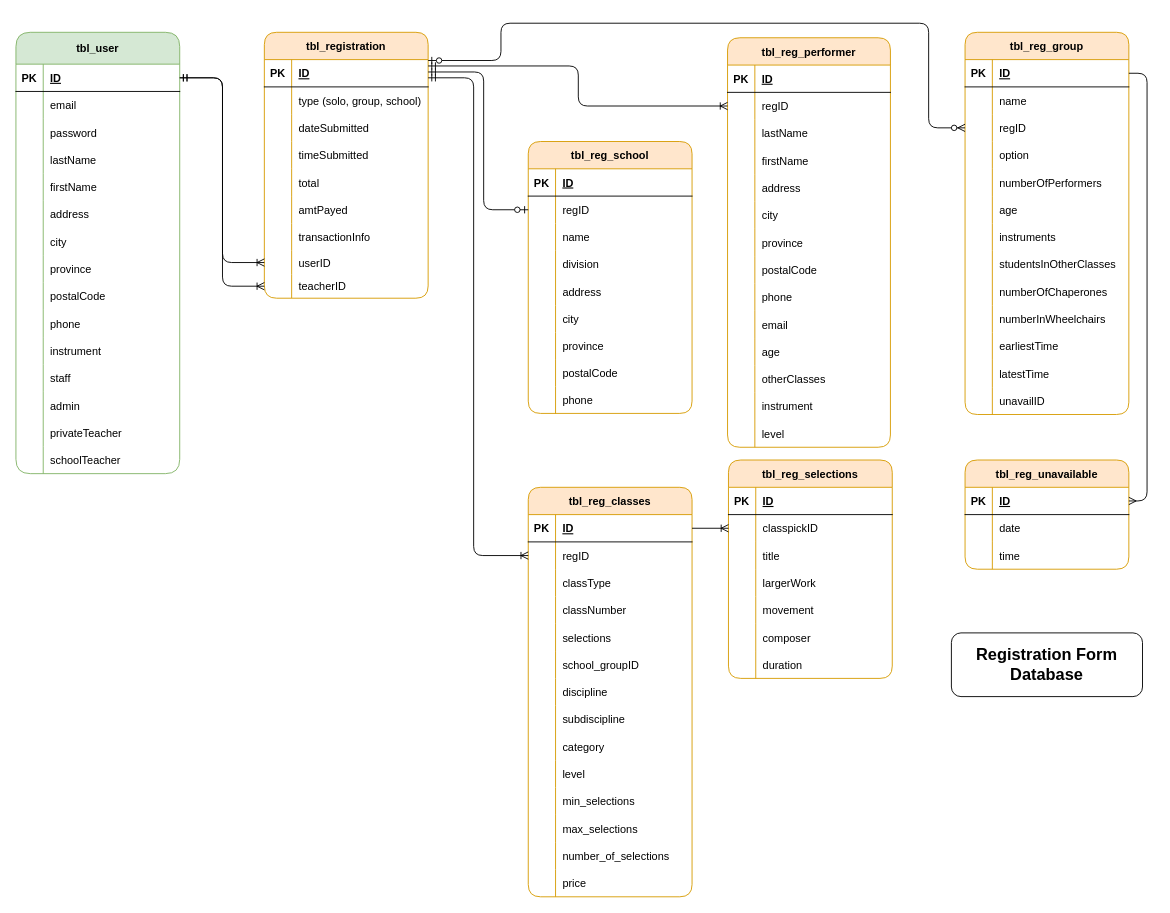
Above: page "Page-1" (1 of 3) of class_registration.drawio in davesawatzky/wmf-nest (draw.io), before the change. Source tidied: cells renumbered, new cells numbered last; positions are measured from the earlier drawing's top-left corner, leaving out a move shared by most shapes. Both pictures are drawn from the tidied source at 91%, with x=0, y=0 at pixel (15, 23).
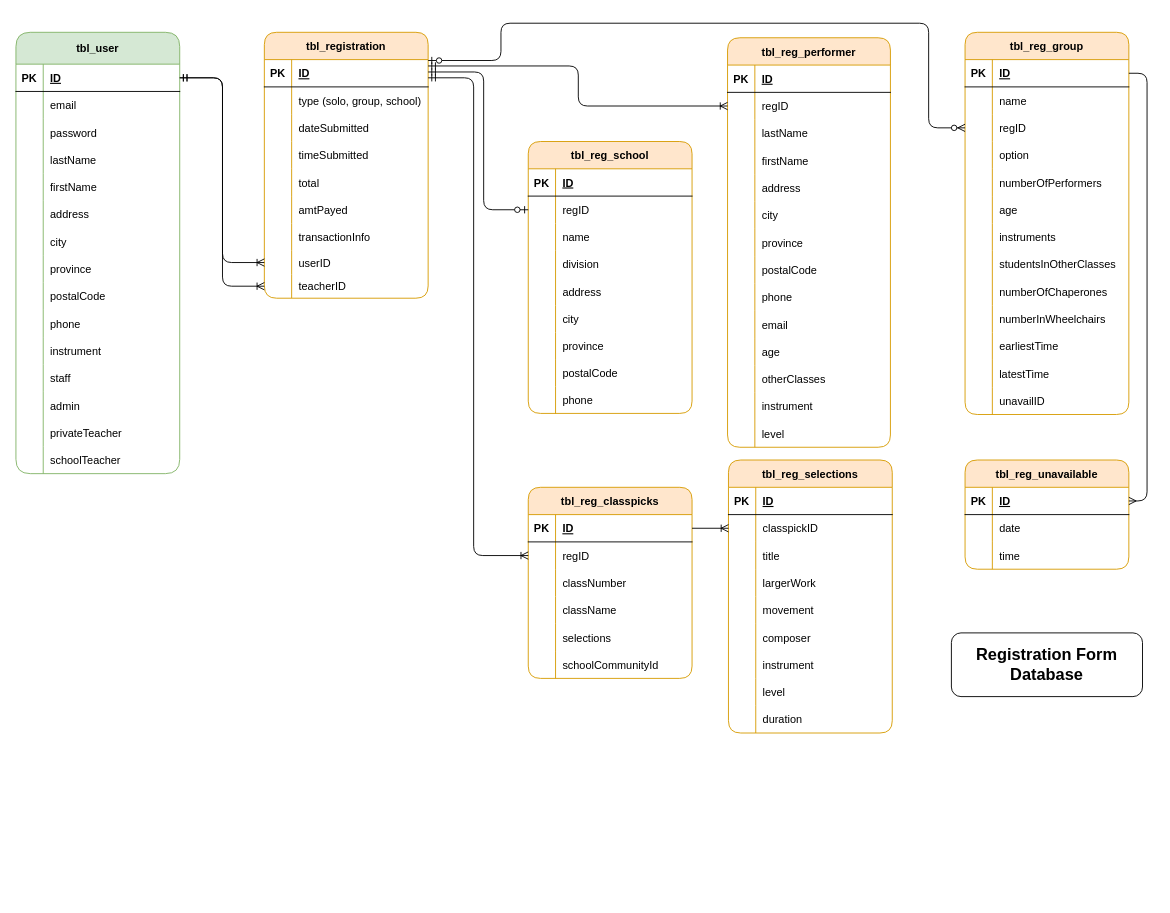
After the change.

Unchanged cells that the change refers to:
```xml
<mxCell id="160" style="shape=partialRectangle;fillColor=none;top=0;left=0;bottom=0;right=0;rounded=1;" parent="153" vertex="1">
  <mxGeometry y="90" width="180" height="30" as="geometry" />
</mxCell>
<mxCell id="163" style="shape=partialRectangle;fillColor=none;top=0;left=0;bottom=0;right=0;rounded=1;" parent="153" vertex="1">
  <mxGeometry y="120" width="180" height="30" as="geometry" />
</mxCell>
<mxCell id="169" style="shape=partialRectangle;fillColor=none;top=0;left=0;bottom=0;right=0;rounded=1;" parent="153" vertex="1">
  <mxGeometry y="180" width="180" height="30" as="geometry" />
</mxCell>
```

The edit, as a diff of the source:
```diff
@@
-    <mxCell id="153" value="tbl_reg_classes" style="shape=table;startSize=30;childLayout=tableLayout;rowLines=0;fontStyle=1;align=center;rounded=1;fillColor=#ffe6cc;strokeColor=#d79b00;" parent="1" vertex="1">
-      <mxGeometry x="563" y="510" width="180" height="450" as="geometry" />
+    <mxCell id="153" value="tbl_reg_classpicks" style="shape=table;startSize=30;childLayout=tableLayout;rowLines=0;fontStyle=1;align=center;rounded=1;fillColor=#ffe6cc;strokeColor=#d79b00;" parent="1" vertex="1">
+      <mxGeometry x="563" y="510" width="180" height="210" as="geometry" />
     </mxCell>
@@
-    <mxCell id="162" value="classType" style="shape=partialRectangle;fillColor=none;top=0;left=0;bottom=0;right=0;align=left;spacingLeft=6;overflow=hidden;rounded=1;" parent="160" vertex="1">
+    <mxCell id="162" value="classNumber" style="shape=partialRectangle;fillColor=none;top=0;left=0;bottom=0;right=0;align=left;spacingLeft=6;overflow=hidden;rounded=1;" parent="160" vertex="1">
       <mxGeometry x="30" width="150" height="30" as="geometry" />
     </mxCell>
@@
-    <mxCell id="165" value="classNumber" style="shape=partialRectangle;fillColor=none;top=0;left=0;bottom=0;right=0;align=left;spacingLeft=6;overflow=hidden;rounded=1;" parent="163" vertex="1">
+    <mxCell id="165" value="className" style="shape=partialRectangle;fillColor=none;top=0;left=0;bottom=0;right=0;align=left;spacingLeft=6;overflow=hidden;rounded=1;" parent="163" vertex="1">
       <mxGeometry x="30" width="150" height="30" as="geometry" />
     </mxCell>
@@
-    <mxCell id="171" value="school_groupID" style="shape=partialRectangle;fillColor=none;top=0;left=0;bottom=0;right=0;align=left;spacingLeft=6;overflow=hidden;rounded=1;" parent="169" vertex="1">
+    <mxCell id="171" value="schoolCommunityId" style="shape=partialRectangle;fillColor=none;top=0;left=0;bottom=0;right=0;align=left;spacingLeft=6;overflow=hidden;rounded=1;" parent="169" vertex="1">
       <mxGeometry x="30" width="150" height="30" as="geometry" />
     </mxCell>
-    <mxCell id="172" style="shape=partialRectangle;fillColor=none;top=0;left=0;bottom=0;right=0;rounded=1;" parent="153" vertex="1">
-      <mxGeometry y="210" width="180" height="30" as="geometry" />
-    </mxCell>
-    <mxCell id="173" style="shape=partialRectangle;fillColor=none;top=0;left=0;bottom=0;right=0;overflow=hidden;rounded=1;" parent="172" vertex="1">
-      <mxGeometry width="30" height="30" as="geometry" />
-    </mxCell>
-    <mxCell id="174" value="discipline" style="shape=partialRectangle;fillColor=none;top=0;left=0;bottom=0;right=0;align=left;spacingLeft=6;overflow=hidden;rounded=1;" parent="172" vertex="1">
-      <mxGeometry x="30" width="150" height="30" as="geometry" />
-    </mxCell>
-    <mxCell id="175" style="shape=partialRectangle;fillColor=none;top=0;left=0;bottom=0;right=0;rounded=1;" parent="153" vertex="1">
-      <mxGeometry y="240" width="180" height="30" as="geometry" />
-    </mxCell>
-    <mxCell id="176" style="shape=partialRectangle;fillColor=none;top=0;left=0;bottom=0;right=0;overflow=hidden;rounded=1;" parent="175" vertex="1">
-      <mxGeometry width="30" height="30" as="geometry" />
-    </mxCell>
-    <mxCell id="177" value="subdiscipline" style="shape=partialRectangle;fillColor=none;top=0;left=0;bottom=0;right=0;align=left;spacingLeft=6;overflow=hidden;rounded=1;" parent="175" vertex="1">
-      <mxGeometry x="30" width="150" height="30" as="geometry" />
-    </mxCell>
-    <mxCell id="178" style="shape=partialRectangle;fillColor=none;top=0;left=0;bottom=0;right=0;rounded=1;" parent="153" vertex="1">
-      <mxGeometry y="270" width="180" height="30" as="geometry" />
-    </mxCell>
-    <mxCell id="179" style="shape=partialRectangle;fillColor=none;top=0;left=0;bottom=0;right=0;overflow=hidden;rounded=1;" parent="178" vertex="1">
-      <mxGeometry width="30" height="30" as="geometry" />
-    </mxCell>
-    <mxCell id="180" value="category" style="shape=partialRectangle;fillColor=none;top=0;left=0;bottom=0;right=0;align=left;spacingLeft=6;overflow=hidden;rounded=1;" parent="178" vertex="1">
-      <mxGeometry x="30" width="150" height="30" as="geometry" />
-    </mxCell>
-    <mxCell id="181" style="shape=partialRectangle;fillColor=none;top=0;left=0;bottom=0;right=0;rounded=1;" parent="153" vertex="1">
-      <mxGeometry y="300" width="180" height="30" as="geometry" />
-    </mxCell>
-    <mxCell id="182" style="shape=partialRectangle;fillColor=none;top=0;left=0;bottom=0;right=0;overflow=hidden;rounded=1;" parent="181" vertex="1">
-      <mxGeometry width="30" height="30" as="geometry" />
-    </mxCell>
-    <mxCell id="183" value="level" style="shape=partialRectangle;fillColor=none;top=0;left=0;bottom=0;right=0;align=left;spacingLeft=6;overflow=hidden;rounded=1;" parent="181" vertex="1">
-      <mxGeometry x="30" width="150" height="30" as="geometry" />
-    </mxCell>
-    <mxCell id="184" style="shape=partialRectangle;fillColor=none;top=0;left=0;bottom=0;right=0;rounded=1;" parent="153" vertex="1">
-      <mxGeometry y="330" width="180" height="30" as="geometry" />
-    </mxCell>
-    <mxCell id="185" style="shape=partialRectangle;fillColor=none;top=0;left=0;bottom=0;right=0;overflow=hidden;rounded=1;" parent="184" vertex="1">
-      <mxGeometry width="30" height="30" as="geometry" />
-    </mxCell>
-    <mxCell id="186" value="min_selections" style="shape=partialRectangle;fillColor=none;top=0;left=0;bottom=0;right=0;align=left;spacingLeft=6;overflow=hidden;rounded=1;" parent="184" vertex="1">
-      <mxGeometry x="30" width="150" height="30" as="geometry" />
-    </mxCell>
-    <mxCell id="187" style="shape=partialRectangle;fillColor=none;top=0;left=0;bottom=0;right=0;rounded=1;" parent="153" vertex="1">
-      <mxGeometry y="360" width="180" height="30" as="geometry" />
-    </mxCell>
-    <mxCell id="188" style="shape=partialRectangle;fillColor=none;top=0;left=0;bottom=0;right=0;overflow=hidden;rounded=1;" parent="187" vertex="1">
-      <mxGeometry width="30" height="30" as="geometry" />
-    </mxCell>
-    <mxCell id="189" value="max_selections" style="shape=partialRectangle;fillColor=none;top=0;left=0;bottom=0;right=0;align=left;spacingLeft=6;overflow=hidden;rounded=1;" parent="187" vertex="1">
-      <mxGeometry x="30" width="150" height="30" as="geometry" />
-    </mxCell>
-    <mxCell id="190" style="shape=partialRectangle;fillColor=none;top=0;left=0;bottom=0;right=0;rounded=1;" parent="153" vertex="1">
-      <mxGeometry y="390" width="180" height="30" as="geometry" />
-    </mxCell>
-    <mxCell id="191" style="shape=partialRectangle;fillColor=none;top=0;left=0;bottom=0;right=0;overflow=hidden;rounded=1;" parent="190" vertex="1">
-      <mxGeometry width="30" height="30" as="geometry" />
-    </mxCell>
-    <mxCell id="192" value="number_of_selections" style="shape=partialRectangle;fillColor=none;top=0;left=0;bottom=0;right=0;align=left;spacingLeft=6;overflow=hidden;rounded=1;" parent="190" vertex="1">
-      <mxGeometry x="30" width="150" height="30" as="geometry" />
-    </mxCell>
-    <mxCell id="193" style="shape=partialRectangle;fillColor=none;top=0;left=0;bottom=0;right=0;rounded=1;" parent="153" vertex="1">
-      <mxGeometry y="420" width="180" height="30" as="geometry" />
-    </mxCell>
-    <mxCell id="194" style="shape=partialRectangle;fillColor=none;top=0;left=0;bottom=0;right=0;overflow=hidden;rounded=1;" parent="193" vertex="1">
-      <mxGeometry width="30" height="30" as="geometry" />
-    </mxCell>
-    <mxCell id="195" value="price" style="shape=partialRectangle;fillColor=none;top=0;left=0;bottom=0;right=0;align=left;spacingLeft=6;overflow=hidden;rounded=1;" parent="193" vertex="1">
-      <mxGeometry x="30" width="150" height="30" as="geometry" />
-    </mxCell>
     <mxCell id="196" value="tbl_reg_selections" style="shape=table;startSize=30;childLayout=tableLayout;rowLines=0;fontStyle=1;align=center;rounded=1;fillColor=#ffe6cc;strokeColor=#d79b00;" parent="1" vertex="1">
-      <mxGeometry x="783" y="480" width="180" height="240" as="geometry" />
+      <mxGeometry x="783" y="480" width="180" height="300" as="geometry" />
     </mxCell>
@@
+    <mxCell id="172" style="shape=partialRectangle;fillColor=none;top=0;left=0;bottom=0;right=0;rounded=1;" parent="196" vertex="1">
+      <mxGeometry y="210" width="180" height="30" as="geometry" />
+    </mxCell>
+    <mxCell id="271" style="shape=partialRectangle;fillColor=none;top=0;left=0;bottom=0;right=0;overflow=hidden;rounded=1;" parent="172" vertex="1">
+      <mxGeometry width="30" height="30" as="geometry" />
+    </mxCell>
+    <mxCell id="272" value="instrument" style="shape=partialRectangle;fillColor=none;top=0;left=0;bottom=0;right=0;align=left;spacingLeft=6;overflow=hidden;rounded=1;" parent="172" vertex="1">
+      <mxGeometry x="30" width="150" height="30" as="geometry" />
+    </mxCell>
+    <mxCell id="175" style="shape=partialRectangle;fillColor=none;top=0;left=0;bottom=0;right=0;rounded=1;" parent="196" vertex="1">
+      <mxGeometry y="240" width="180" height="30" as="geometry" />
+    </mxCell>
+    <mxCell id="273" style="shape=partialRectangle;fillColor=none;top=0;left=0;bottom=0;right=0;overflow=hidden;rounded=1;" parent="175" vertex="1">
+      <mxGeometry width="30" height="30" as="geometry" />
+    </mxCell>
+    <mxCell id="183" value="level" style="shape=partialRectangle;fillColor=none;top=0;left=0;bottom=0;right=0;align=left;spacingLeft=6;overflow=hidden;rounded=1;" parent="175" vertex="1">
+      <mxGeometry x="30" width="150" height="30" as="geometry" />
+    </mxCell>
     <mxCell id="215" style="shape=partialRectangle;fillColor=none;top=0;left=0;bottom=0;right=0;rounded=1;" parent="196" vertex="1">
-      <mxGeometry y="210" width="180" height="30" as="geometry" />
+      <mxGeometry y="270" width="180" height="30" as="geometry" />
     </mxCell>
```
